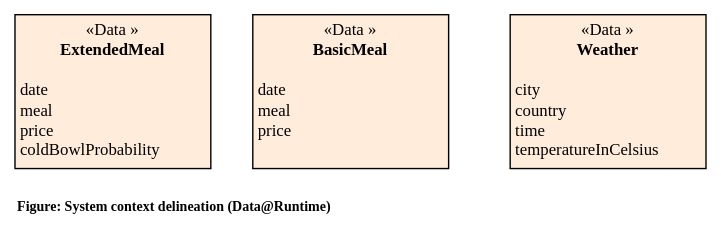
neshanjo/what2eat keeps this draw.io diagram as doc/diagrams/domain-model-RT.drawio.svg. Above is the earlier version. Source tidied: cells renumbered, new cells last; positions are measured from the earlier drawing's top-left corner, leaving out a move shared by most shapes.
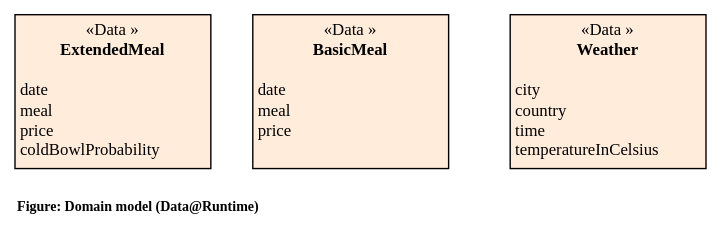
After the commit.

Change to the diagram source:
```diff
@@ -11,7 +11,7 @@
     <mxCell id="4" value="&lt;p style=&quot;margin: 0px ; margin-top: 4px ; text-align: center&quot;&gt;&lt;font&gt;&lt;span class=&quot;char&quot;&gt;&lt;span class=&quot;vchar&quot; id=&quot;char-node&quot;&gt;«Data&lt;/span&gt;&lt;/span&gt;&lt;span class=&quot;char&quot;&gt;&lt;span class=&quot;vchar&quot; id=&quot;char-node&quot;&gt;»&lt;br&gt;&lt;/span&gt;&lt;/span&gt;&lt;/font&gt;&lt;/p&gt;&lt;div style=&quot;text-align: center&quot;&gt;&lt;b&gt;Weather&lt;/b&gt;&lt;/div&gt;&lt;div style=&quot;text-align: center&quot;&gt;&lt;br&gt;&lt;/div&gt;&lt;p style=&quot;margin: 0px 0px 0px 4px&quot;&gt;city&lt;/p&gt;&lt;p style=&quot;margin: 0px 0px 0px 4px&quot;&gt;country&lt;/p&gt;&lt;p style=&quot;margin: 0px 0px 0px 4px&quot;&gt;time&lt;/p&gt;&lt;p style=&quot;margin: 0px 0px 0px 4px&quot;&gt;temperatureInCelsius&lt;/p&gt;" style="verticalAlign=top;align=left;overflow=fill;fontSize=12;fontFamily=Verdana;html=1;fillColor=#FFECDB;spacingLeft=0;" parent="1" vertex="1">
       <mxGeometry x="354" width="140" height="110" as="geometry" />
     </mxCell>
-    <mxCell id="5" value="&lt;span style=&quot;font-family: &amp;quot;verdana&amp;quot; ; font-size: 10px&quot;&gt;Figure: System context delineation (Data@Runtime)&lt;/span&gt;" style="text;html=1;strokeColor=none;fillColor=none;align=left;verticalAlign=middle;whiteSpace=wrap;rounded=0;fontStyle=1;" parent="1" vertex="1">
+    <mxCell id="5" value="&lt;span style=&quot;font-family: &amp;quot;verdana&amp;quot; ; font-size: 10px&quot;&gt;Figure: Domain model (Data@Runtime)&lt;/span&gt;" style="text;html=1;strokeColor=none;fillColor=none;align=left;verticalAlign=middle;whiteSpace=wrap;rounded=0;fontStyle=1;" parent="1" vertex="1">
       <mxGeometry y="127" width="360" height="20" as="geometry" />
     </mxCell>
   </root>
```
